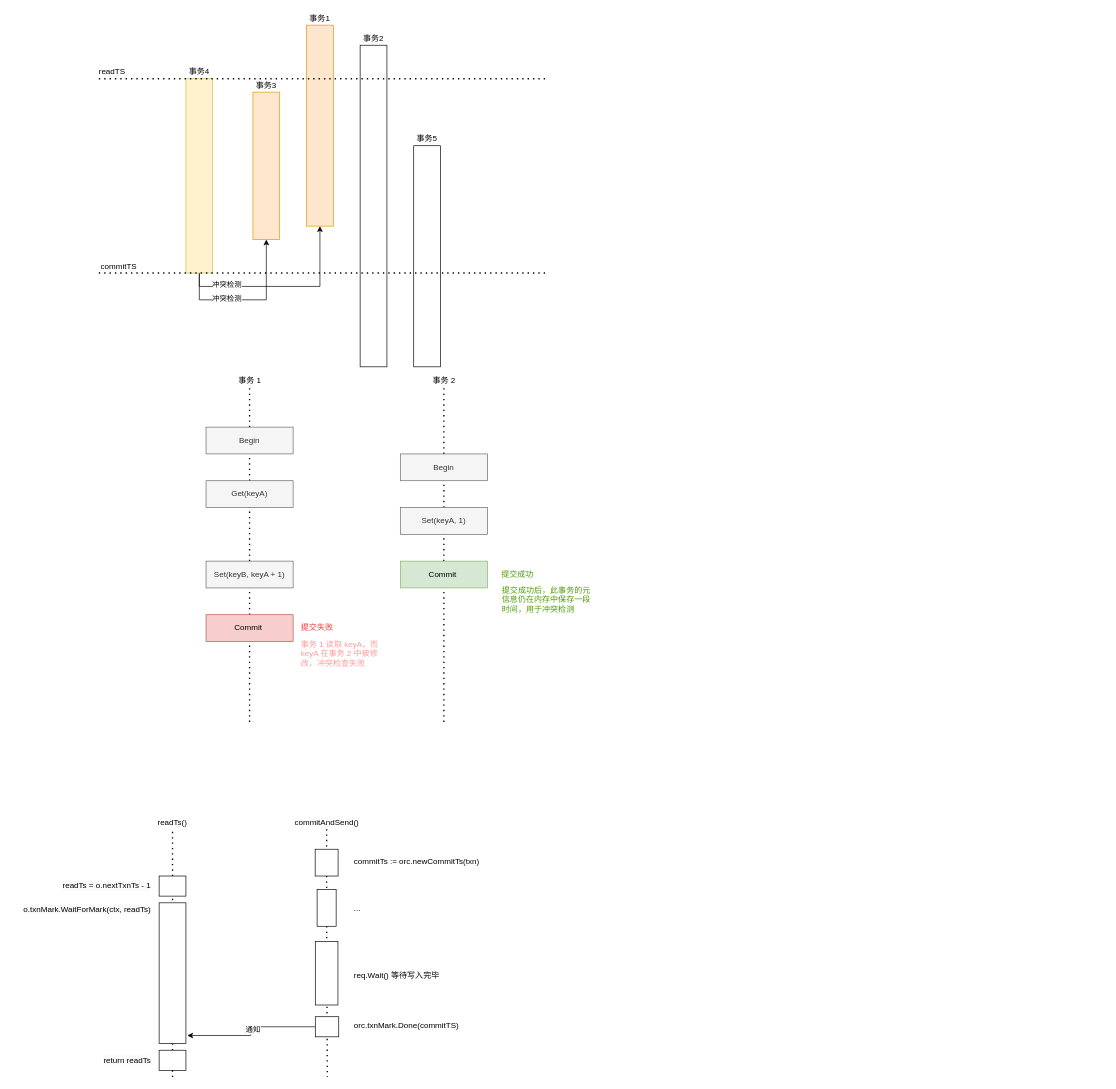
Before: images/badger.drawio in flaneur2020/flaneur2020.github.io, a draw.io diagram. Source tidied: cells renumbered, new cells numbered last; positions are measured from the earlier drawing's top-left corner, leaving out a move shared by most shapes. Both pictures are drawn from the tidied source at 67%, with x=0, y=0 at pixel (11, 11).
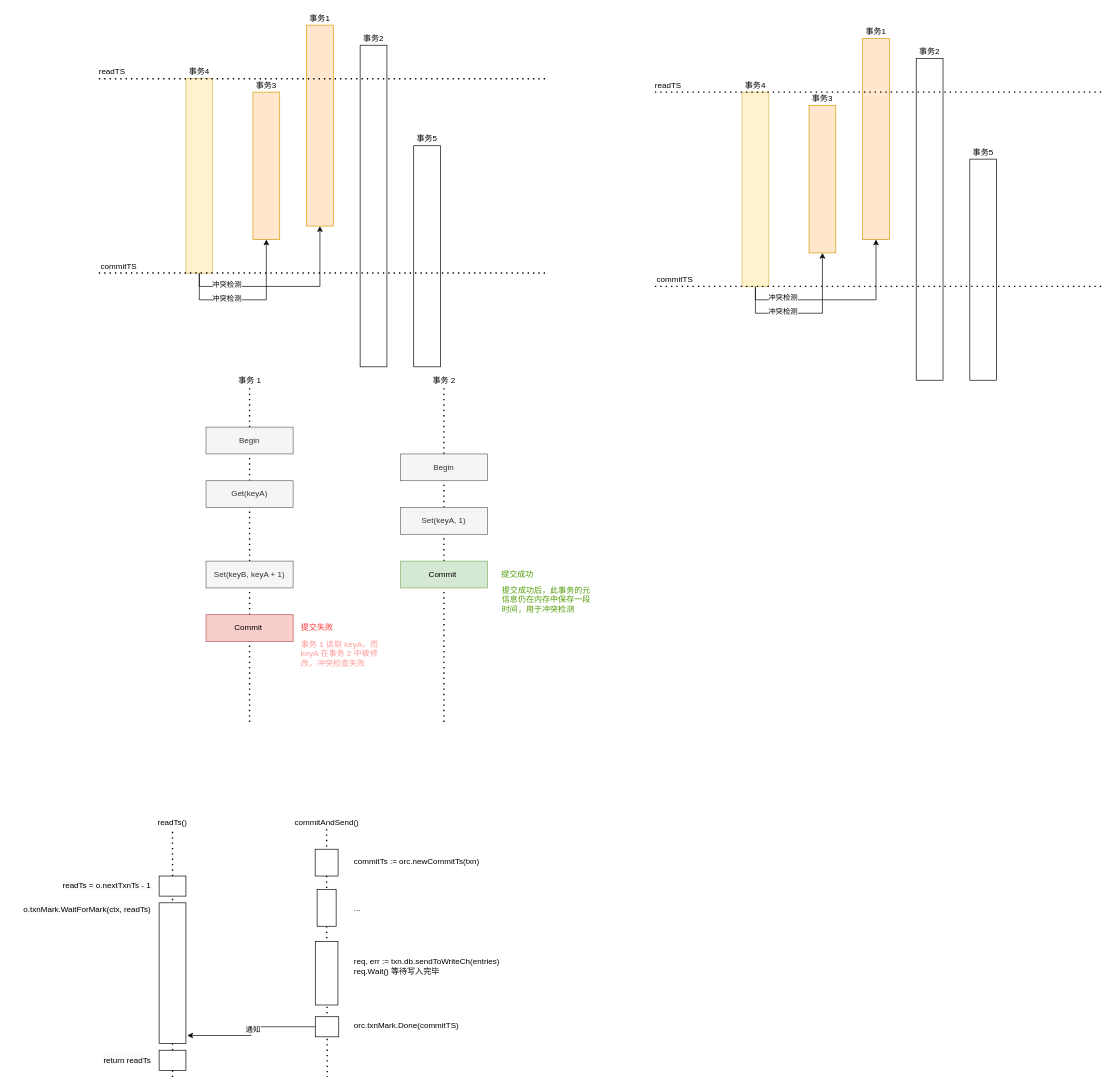
After the change.

What changed in the source:
```diff
@@
-    <mxCell id="43" value="req.Wait() 等待写入完毕" style="text;html=1;strokeColor=none;fillColor=none;align=left;verticalAlign=middle;whiteSpace=wrap;rounded=0;fontColor=#000000;" parent="1" vertex="1">
-      <mxGeometry x="508.5" y="1425" width="201.5" height="25" as="geometry" />
+    <mxCell id="43" value="&lt;span&gt; &lt;/span&gt;req, err := txn.db.sendToWriteCh(entries)&lt;br&gt;req.Wait() 等待写入完毕" style="text;html=1;strokeColor=none;fillColor=none;align=left;verticalAlign=middle;whiteSpace=wrap;rounded=0;fontColor=#000000;" parent="1" vertex="1">
+      <mxGeometry x="508.5" y="1400" width="241.5" height="50" as="geometry" />
     </mxCell>
@@
+    <mxCell id="59" style="edgeStyle=orthogonalEdgeStyle;rounded=0;jettySize=auto;html=1;fontColor=#000000;" parent="1" edge="1" target="64">
+      <mxGeometry relative="1" as="geometry">
+        <mxPoint x="1110" y="410" as="sourcePoint" />
+        <Array as="points">
+          <mxPoint x="1110" y="450" />
+          <mxPoint x="1210" y="450" />
+        </Array>
+      </mxGeometry>
+    </mxCell>
+    <mxCell id="60" value="冲突检测" style="edgeLabel;html=1;align=center;verticalAlign=middle;fontColor=#000000;" parent="59" vertex="1">
+      <mxGeometry x="-0.28" y="3" relative="1" as="geometry">
+        <mxPoint x="-3" as="offset" />
+      </mxGeometry>
+    </mxCell>
+    <mxCell id="61" style="edgeStyle=orthogonalEdgeStyle;rounded=0;jettySize=auto;html=1;fontColor=#000000;" parent="1" edge="1" target="67">
+      <mxGeometry relative="1" as="geometry">
+        <mxPoint x="1110" y="410" as="sourcePoint" />
+        <Array as="points">
+          <mxPoint x="1110" y="430" />
+          <mxPoint x="1290" y="430" />
+        </Array>
+      </mxGeometry>
+    </mxCell>
+    <mxCell id="62" value="冲突检测" style="edgeLabel;html=1;align=center;verticalAlign=middle;fontColor=#000000;" parent="61" vertex="1">
+      <mxGeometry x="-0.64" y="4" relative="1" as="geometry">
+        <mxPoint x="8" as="offset" />
+      </mxGeometry>
+    </mxCell>
+    <mxCell id="63" style="rounded=0;whiteSpace=wrap;html=1;align=left;fillColor=#fff2cc;strokeColor=#d6b656;" parent="1" vertex="1">
+      <mxGeometry x="1090" y="120" width="40" height="290" as="geometry" />
+    </mxCell>
+    <mxCell id="64" style="rounded=0;whiteSpace=wrap;html=1;align=left;fillColor=#ffe6cc;strokeColor=#d79b00;" parent="1" vertex="1">
+      <mxGeometry x="1190" y="140" width="40" height="220" as="geometry" />
+    </mxCell>
+    <mxCell id="65" style="rounded=0;whiteSpace=wrap;html=1;align=left;" parent="1" vertex="1">
+      <mxGeometry x="1430" y="220" width="40" height="330" as="geometry" />
+    </mxCell>
+    <mxCell id="66" style="rounded=0;whiteSpace=wrap;html=1;align=left;" parent="1" vertex="1">
+      <mxGeometry x="1350" y="70" width="40" height="480" as="geometry" />
+    </mxCell>
+    <mxCell id="67" style="rounded=0;whiteSpace=wrap;html=1;align=left;fillColor=#ffe6cc;strokeColor=#d79b00;" parent="1" vertex="1">
+      <mxGeometry x="1270" y="40" width="40" height="300" as="geometry" />
+    </mxCell>
+    <mxCell id="68" style="endArrow=none;dashed=1;html=1;dashPattern=1 3;strokeWidth=2;fontColor=#4D9900;" parent="1" edge="1">
+      <mxGeometry relative="1" as="geometry">
+        <mxPoint x="960" y="120" as="sourcePoint" />
+        <mxPoint x="1630" y="120" as="targetPoint" />
+      </mxGeometry>
+    </mxCell>
+    <mxCell id="69" value="readTS" style="text;html=1;strokeColor=none;fillColor=none;align=center;verticalAlign=middle;whiteSpace=wrap;rounded=0;" parent="1" vertex="1">
+      <mxGeometry x="960" y="100" width="40" height="20" as="geometry" />
+    </mxCell>
+    <mxCell id="70" style="endArrow=none;dashed=1;html=1;dashPattern=1 3;strokeWidth=2;fontColor=#4D9900;" parent="1" edge="1">
+      <mxGeometry relative="1" as="geometry">
+        <mxPoint x="960" y="410" as="sourcePoint" />
+        <mxPoint x="1630" y="410" as="targetPoint" />
+      </mxGeometry>
+    </mxCell>
+    <mxCell id="71" value="commitTS" style="text;html=1;strokeColor=none;fillColor=none;align=center;verticalAlign=middle;whiteSpace=wrap;rounded=0;" parent="1" vertex="1">
+      <mxGeometry x="960" y="390" width="60" height="20" as="geometry" />
+    </mxCell>
+    <mxCell id="72" value="事务4" style="text;html=1;strokeColor=none;fillColor=none;align=center;verticalAlign=middle;whiteSpace=wrap;rounded=0;fontColor=#000000;" parent="1" vertex="1">
+      <mxGeometry x="1090" y="100" width="40" height="20" as="geometry" />
+    </mxCell>
+    <mxCell id="73" value="事务1" style="text;html=1;strokeColor=none;fillColor=none;align=center;verticalAlign=middle;whiteSpace=wrap;rounded=0;fontColor=#000000;" parent="1" vertex="1">
+      <mxGeometry x="1270" y="20" width="40" height="20" as="geometry" />
+    </mxCell>
+    <mxCell id="74" value="事务2" style="text;html=1;strokeColor=none;fillColor=none;align=center;verticalAlign=middle;whiteSpace=wrap;rounded=0;fontColor=#000000;" parent="1" vertex="1">
+      <mxGeometry x="1350" y="50" width="40" height="20" as="geometry" />
+    </mxCell>
+    <mxCell id="75" value="事务3" style="text;html=1;strokeColor=none;fillColor=none;align=center;verticalAlign=middle;whiteSpace=wrap;rounded=0;fontColor=#000000;" parent="1" vertex="1">
+      <mxGeometry x="1190" y="120" width="40" height="20" as="geometry" />
+    </mxCell>
+    <mxCell id="76" value="事务5" style="text;html=1;strokeColor=none;fillColor=none;align=center;verticalAlign=middle;whiteSpace=wrap;rounded=0;fontColor=#000000;" parent="1" vertex="1">
+      <mxGeometry x="1430" y="200" width="40" height="20" as="geometry" />
+    </mxCell>
```
